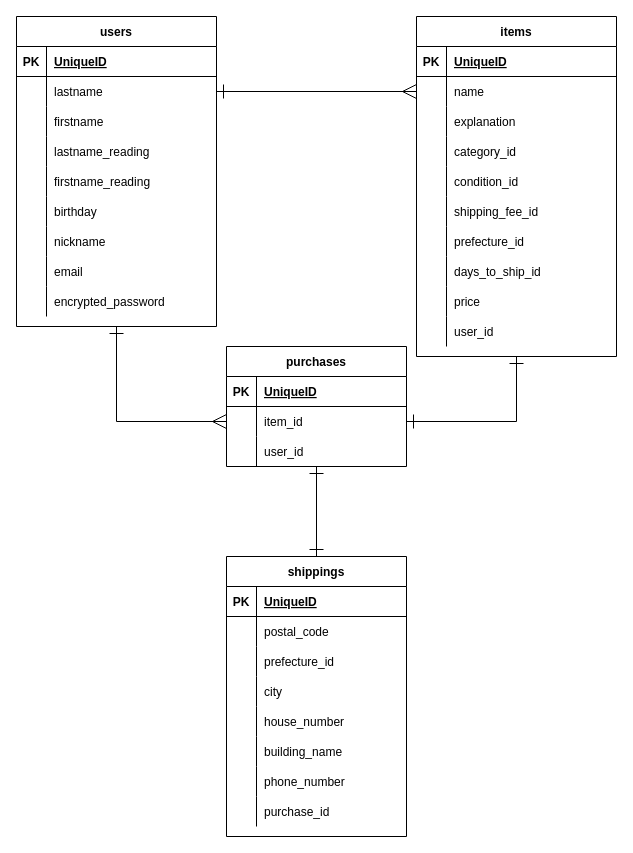
This is ER.dio from magicalbird14/furima-25061, a draw.io file, before an edit. Source tidied: cells renumbered, new cells numbered last; positions are measured from the earlier drawing's top-left corner, leaving out a move shared by most shapes. Both pictures are drawn from the tidied source at 100%, with x=0, y=0 at pixel (16, 16).
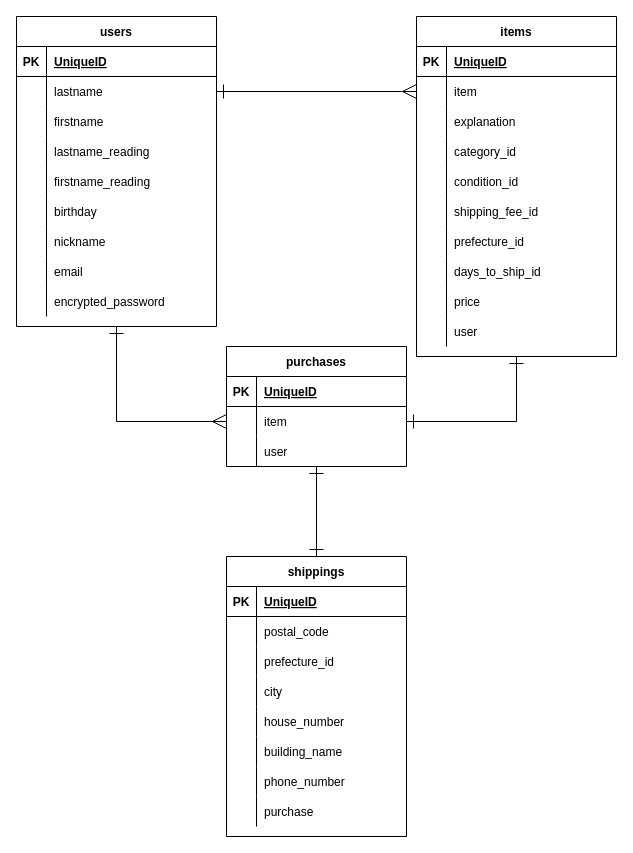
Above is the later version.

Unchanged cells that the change refers to:
```xml
<mxCell id="35" style="shape=partialRectangle;fillColor=none;top=0;left=0;bottom=0;right=0;points=[[0,0.5],[1,0.5]];portConstraint=eastwest;fontSize=12;" parent="31" vertex="1">
  <mxGeometry y="60" width="200" height="30" as="geometry" />
</mxCell>
<mxCell id="59" style="shape=partialRectangle;fillColor=none;top=0;left=0;bottom=0;right=0;fontSize=12;" parent="31" vertex="1">
  <mxGeometry y="300" width="200" height="30" as="geometry" />
</mxCell>
<mxCell id="66" style="shape=partialRectangle;fillColor=none;top=0;left=0;bottom=0;right=0;points=[[0,0.5],[1,0.5]];portConstraint=eastwest;fontSize=12;" parent="62" vertex="1">
  <mxGeometry y="60" width="180" height="30" as="geometry" />
</mxCell>
<mxCell id="69" style="shape=partialRectangle;fillColor=none;top=0;left=0;bottom=0;right=0;points=[[0,0.5],[1,0.5]];portConstraint=eastwest;fontSize=12;" parent="62" vertex="1">
  <mxGeometry y="90" width="180" height="30" as="geometry" />
</mxCell>
<mxCell id="97" style="shape=partialRectangle;fillColor=none;top=0;left=0;bottom=0;right=0;fontSize=12;" parent="75" vertex="1">
  <mxGeometry y="240" width="180" height="30" as="geometry" />
</mxCell>
```

Change to the diagram source:
```diff
@@
-    <mxCell id="37" value="name" style="shape=partialRectangle;fillColor=none;top=0;left=0;bottom=0;right=0;align=left;spacingLeft=6;overflow=hidden;fontSize=12;" parent="35" vertex="1">
+    <mxCell id="37" value="item" style="shape=partialRectangle;fillColor=none;top=0;left=0;bottom=0;right=0;align=left;spacingLeft=6;overflow=hidden;fontSize=12;" parent="35" vertex="1">
       <mxGeometry x="30" width="170" height="30" as="geometry" />
     </mxCell>
@@
-    <mxCell id="61" value="user_id" style="shape=partialRectangle;fillColor=none;top=0;left=0;bottom=0;right=0;align=left;spacingLeft=6;overflow=hidden;fontSize=12;" parent="59" vertex="1">
+    <mxCell id="61" value="user" style="shape=partialRectangle;fillColor=none;top=0;left=0;bottom=0;right=0;align=left;spacingLeft=6;overflow=hidden;fontSize=12;" parent="59" vertex="1">
       <mxGeometry x="30" width="170" height="30" as="geometry" />
     </mxCell>
@@
-    <mxCell id="68" value="item_id" style="shape=partialRectangle;fillColor=none;top=0;left=0;bottom=0;right=0;align=left;spacingLeft=6;overflow=hidden;fontSize=12;" parent="66" vertex="1">
+    <mxCell id="68" value="item" style="shape=partialRectangle;fillColor=none;top=0;left=0;bottom=0;right=0;align=left;spacingLeft=6;overflow=hidden;fontSize=12;" parent="66" vertex="1">
       <mxGeometry x="30" width="150" height="30" as="geometry" />
     </mxCell>
@@
-    <mxCell id="71" value="user_id" style="shape=partialRectangle;fillColor=none;top=0;left=0;bottom=0;right=0;align=left;spacingLeft=6;overflow=hidden;fontSize=12;" parent="69" vertex="1">
+    <mxCell id="71" value="user" style="shape=partialRectangle;fillColor=none;top=0;left=0;bottom=0;right=0;align=left;spacingLeft=6;overflow=hidden;fontSize=12;" parent="69" vertex="1">
       <mxGeometry x="30" width="150" height="30" as="geometry" />
     </mxCell>
@@
-    <mxCell id="99" value="purchase_id" style="shape=partialRectangle;fillColor=none;top=0;left=0;bottom=0;right=0;align=left;spacingLeft=6;overflow=hidden;fontSize=12;" parent="97" vertex="1">
+    <mxCell id="99" value="purchase" style="shape=partialRectangle;fillColor=none;top=0;left=0;bottom=0;right=0;align=left;spacingLeft=6;overflow=hidden;fontSize=12;" parent="97" vertex="1">
       <mxGeometry x="30" width="150" height="30" as="geometry" />
     </mxCell>
```
